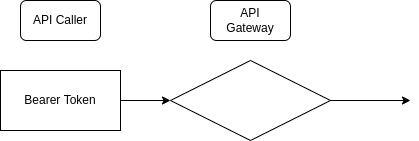
developer-onizuka/Diagrams keeps this draw.io diagram as Auth0.drawio.png. Above is the earlier version. Source tidied: cells renumbered, new cells last; positions are measured from the earlier drawing's top-left corner, leaving out a move shared by most shapes. The source it was exported from:
```xml
<mxGraphModel>
  <root>
    <mxCell id="0" />
    <mxCell id="1" parent="0" />
    <mxCell id="2" style="rounded=1;whiteSpace=wrap;html=1;" parent="1" vertex="1">
      <mxGeometry x="20" width="80" height="40" as="geometry" />
    </mxCell>
    <mxCell id="3" value="API Caller" style="text;html=1;strokeColor=none;fillColor=none;align=center;verticalAlign=middle;whiteSpace=wrap;rounded=0;" parent="1" vertex="1">
      <mxGeometry x="30" width="60" height="40" as="geometry" />
    </mxCell>
    <mxCell id="4" style="endArrow=classic;html=1;rounded=0;entryX=0;entryY=0.5;entryDx=0;entryDy=0;" parent="1" edge="1" target="5">
      <mxGeometry relative="1" as="geometry">
        <mxPoint x="120" y="100" as="sourcePoint" />
      </mxGeometry>
    </mxCell>
    <mxCell id="5" style="rhombus;whiteSpace=wrap;html=1;" parent="1" vertex="1">
      <mxGeometry x="170" y="60" width="160" height="80" as="geometry" />
    </mxCell>
    <mxCell id="6" style="endArrow=classic;html=1;rounded=0;exitX=1;exitY=0.5;exitDx=0;exitDy=0;" parent="1" edge="1" source="5">
      <mxGeometry relative="1" as="geometry">
        <mxPoint x="410" y="100" as="targetPoint" />
      </mxGeometry>
    </mxCell>
    <mxCell id="7" style="rounded=1;whiteSpace=wrap;html=1;" parent="1" vertex="1">
      <mxGeometry x="210" width="80" height="40" as="geometry" />
    </mxCell>
    <mxCell id="8" value="API Gateway" style="text;html=1;strokeColor=none;fillColor=none;align=center;verticalAlign=middle;whiteSpace=wrap;rounded=0;" parent="1" vertex="1">
      <mxGeometry x="220" width="60" height="40" as="geometry" />
    </mxCell>
    <mxCell id="9" style="rounded=0;whiteSpace=wrap;html=1;" parent="1" vertex="1">
      <mxGeometry y="70" width="120" height="60" as="geometry" />
    </mxCell>
    <mxCell id="10" value="Bearer Token" style="text;html=1;strokeColor=none;fillColor=none;align=center;verticalAlign=middle;whiteSpace=wrap;rounded=0;" parent="1" vertex="1">
      <mxGeometry x="20" y="80" width="80" height="40" as="geometry" />
    </mxCell>
  </root>
</mxGraphModel>
```
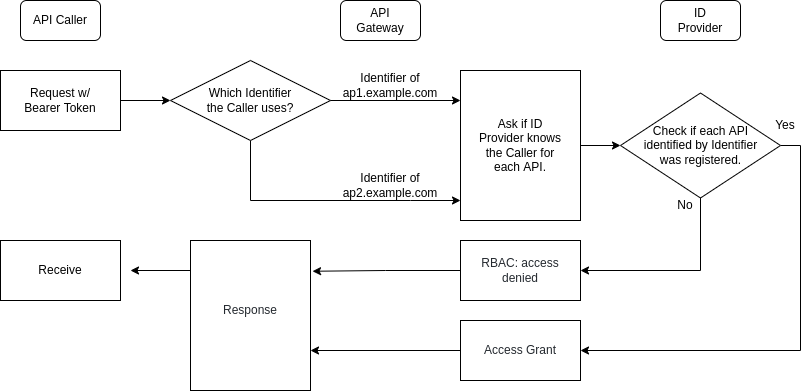
The same diagram one commit later.

Diff of the diagram source:
```diff
@@ -13,25 +13,116 @@
         <mxPoint x="120" y="100" as="sourcePoint" />
       </mxGeometry>
     </mxCell>
+    <mxCell id="11" style="edgeStyle=orthogonalEdgeStyle;rounded=0;jettySize=auto;html=1;" parent="1" edge="1" source="5">
+      <mxGeometry relative="1" as="geometry">
+        <mxPoint x="460" y="200" as="targetPoint" />
+        <Array as="points">
+          <mxPoint x="250" y="200" />
+          <mxPoint x="410" y="200" />
+        </Array>
+      </mxGeometry>
+    </mxCell>
     <mxCell id="5" style="rhombus;whiteSpace=wrap;html=1;" parent="1" vertex="1">
       <mxGeometry x="170" y="60" width="160" height="80" as="geometry" />
     </mxCell>
     <mxCell id="6" style="endArrow=classic;html=1;rounded=0;exitX=1;exitY=0.5;exitDx=0;exitDy=0;" parent="1" edge="1" source="5">
       <mxGeometry relative="1" as="geometry">
-        <mxPoint x="410" y="100" as="targetPoint" />
+        <mxPoint x="460" y="100" as="targetPoint" />
       </mxGeometry>
     </mxCell>
     <mxCell id="7" style="rounded=1;whiteSpace=wrap;html=1;" parent="1" vertex="1">
-      <mxGeometry x="210" width="80" height="40" as="geometry" />
+      <mxGeometry x="340" width="80" height="40" as="geometry" />
     </mxCell>
     <mxCell id="8" value="API Gateway" style="text;html=1;strokeColor=none;fillColor=none;align=center;verticalAlign=middle;whiteSpace=wrap;rounded=0;" parent="1" vertex="1">
-      <mxGeometry x="220" width="60" height="40" as="geometry" />
+      <mxGeometry x="350" width="60" height="40" as="geometry" />
     </mxCell>
     <mxCell id="9" style="rounded=0;whiteSpace=wrap;html=1;" parent="1" vertex="1">
       <mxGeometry y="70" width="120" height="60" as="geometry" />
     </mxCell>
-    <mxCell id="10" value="Bearer Token" style="text;html=1;strokeColor=none;fillColor=none;align=center;verticalAlign=middle;whiteSpace=wrap;rounded=0;" parent="1" vertex="1">
+    <mxCell id="10" value="Request w/&lt;br&gt;Bearer Token" style="text;html=1;strokeColor=none;fillColor=none;align=center;verticalAlign=middle;whiteSpace=wrap;rounded=0;" parent="1" vertex="1">
       <mxGeometry x="20" y="80" width="80" height="40" as="geometry" />
     </mxCell>
+    <mxCell id="12" value="Identifier of ap1.example.com" style="text;html=1;strokeColor=none;fillColor=none;align=center;verticalAlign=middle;whiteSpace=wrap;rounded=0;" parent="1" vertex="1">
+      <mxGeometry x="320" y="70" width="140" height="30" as="geometry" />
+    </mxCell>
+    <mxCell id="13" value="Which Identifier the Caller uses?" style="text;html=1;strokeColor=none;fillColor=none;align=center;verticalAlign=middle;whiteSpace=wrap;rounded=0;" parent="1" vertex="1">
+      <mxGeometry x="205" y="80" width="90" height="40" as="geometry" />
+    </mxCell>
+    <mxCell id="14" value="Identifier of ap2.example.com" style="text;html=1;strokeColor=none;fillColor=none;align=center;verticalAlign=middle;whiteSpace=wrap;rounded=0;" parent="1" vertex="1">
+      <mxGeometry x="320" y="170" width="140" height="30" as="geometry" />
+    </mxCell>
+    <mxCell id="15" style="rounded=0;whiteSpace=wrap;html=1;" parent="1" vertex="1">
+      <mxGeometry x="460" y="70" width="120" height="150" as="geometry" />
+    </mxCell>
+    <mxCell id="16" style="edgeStyle=orthogonalEdgeStyle;rounded=0;jettySize=auto;html=1;entryX=0;entryY=0.5;entryDx=0;entryDy=0;exitX=1;exitY=0.5;exitDx=0;exitDy=0;" parent="1" edge="1" source="15" target="22">
+      <mxGeometry relative="1" as="geometry" />
+    </mxCell>
+    <mxCell id="17" value="Ask if ID Provider knows the Caller for each API." style="text;html=1;strokeColor=none;fillColor=none;align=center;verticalAlign=middle;whiteSpace=wrap;rounded=0;" parent="1" vertex="1">
+      <mxGeometry x="475" y="100" width="90" height="90" as="geometry" />
+    </mxCell>
+    <mxCell id="18" style="rounded=1;whiteSpace=wrap;html=1;" parent="1" vertex="1">
+      <mxGeometry x="660" width="80" height="40" as="geometry" />
+    </mxCell>
+    <mxCell id="19" value="ID Provider" style="text;html=1;strokeColor=none;fillColor=none;align=center;verticalAlign=middle;whiteSpace=wrap;rounded=0;" parent="1" vertex="1">
+      <mxGeometry x="670" width="60" height="40" as="geometry" />
+    </mxCell>
+    <mxCell id="20" style="edgeStyle=orthogonalEdgeStyle;rounded=0;jettySize=auto;html=1;exitX=0.5;exitY=1;exitDx=0;exitDy=0;fontSize=12;entryX=1;entryY=0.5;entryDx=0;entryDy=0;" parent="1" edge="1" source="22" target="25">
+      <mxGeometry relative="1" as="geometry" />
+    </mxCell>
+    <mxCell id="21" style="edgeStyle=orthogonalEdgeStyle;rounded=0;jettySize=auto;html=1;exitX=1;exitY=0.5;exitDx=0;exitDy=0;fontSize=12;entryX=1;entryY=0.5;entryDx=0;entryDy=0;" parent="1" edge="1" source="22" target="34">
+      <mxGeometry relative="1" as="geometry" />
+    </mxCell>
+    <mxCell id="22" style="rhombus;whiteSpace=wrap;html=1;" parent="1" vertex="1">
+      <mxGeometry x="620" y="92.5" width="160" height="105" as="geometry" />
+    </mxCell>
+    <mxCell id="23" value="Check if each API identified by Identifier was registered." style="text;html=1;strokeColor=none;fillColor=none;align=center;verticalAlign=middle;whiteSpace=wrap;rounded=0;" parent="1" vertex="1">
+      <mxGeometry x="637.5" y="102.5" width="125" height="85" as="geometry" />
+    </mxCell>
+    <mxCell id="24" style="edgeStyle=orthogonalEdgeStyle;rounded=0;jettySize=auto;html=1;exitX=0;exitY=0.5;exitDx=0;exitDy=0;fontSize=12;entryX=1.017;entryY=0.205;entryDx=0;entryDy=0;entryPerimeter=0;" parent="1" edge="1" source="25" target="29">
+      <mxGeometry relative="1" as="geometry" />
+    </mxCell>
+    <mxCell id="25" style="rounded=0;whiteSpace=wrap;html=1;" parent="1" vertex="1">
+      <mxGeometry x="460" y="240" width="120" height="60" as="geometry" />
+    </mxCell>
+    <mxCell id="26" value="&lt;span style=&quot;color: rgb(36 , 41 , 47) ; text-align: left ; background-color: rgb(255 , 255 , 255)&quot;&gt;&lt;font style=&quot;font-size: 12px&quot;&gt;RBAC: access denied&lt;/font&gt;&lt;/span&gt;" style="text;html=1;strokeColor=none;fillColor=none;align=center;verticalAlign=middle;whiteSpace=wrap;rounded=0;" parent="1" vertex="1">
+      <mxGeometry x="480" y="250" width="80" height="40" as="geometry" />
+    </mxCell>
+    <mxCell id="27" value="No" style="text;html=1;strokeColor=none;fillColor=none;align=center;verticalAlign=middle;whiteSpace=wrap;rounded=0;" parent="1" vertex="1">
+      <mxGeometry x="670" y="190" width="30" height="30" as="geometry" />
+    </mxCell>
+    <mxCell id="28" style="edgeStyle=orthogonalEdgeStyle;rounded=0;jettySize=auto;html=1;exitX=0;exitY=0.5;exitDx=0;exitDy=0;fontSize=12;" parent="1" edge="1" source="29">
+      <mxGeometry relative="1" as="geometry">
+        <mxPoint x="130" y="270" as="targetPoint" />
+        <Array as="points">
+          <mxPoint x="190" y="270" />
+        </Array>
+      </mxGeometry>
+    </mxCell>
+    <mxCell id="29" style="rounded=0;whiteSpace=wrap;html=1;" parent="1" vertex="1">
+      <mxGeometry x="190" y="240" width="120" height="150" as="geometry" />
+    </mxCell>
+    <mxCell id="30" value="&lt;span style=&quot;color: rgb(36 , 41 , 47) ; text-align: left ; background-color: rgb(255 , 255 , 255)&quot;&gt;&lt;font style=&quot;font-size: 12px&quot;&gt;Response&lt;/font&gt;&lt;/span&gt;" style="text;html=1;strokeColor=none;fillColor=none;align=center;verticalAlign=middle;whiteSpace=wrap;rounded=0;" parent="1" vertex="1">
+      <mxGeometry x="210" y="290" width="80" height="40" as="geometry" />
+    </mxCell>
+    <mxCell id="31" style="rounded=0;whiteSpace=wrap;html=1;" parent="1" vertex="1">
+      <mxGeometry y="240" width="120" height="60" as="geometry" />
+    </mxCell>
+    <mxCell id="32" value="Receive" style="text;html=1;strokeColor=none;fillColor=none;align=center;verticalAlign=middle;whiteSpace=wrap;rounded=0;" parent="1" vertex="1">
+      <mxGeometry x="20" y="250" width="80" height="40" as="geometry" />
+    </mxCell>
+    <mxCell id="33" style="edgeStyle=orthogonalEdgeStyle;rounded=0;jettySize=auto;html=1;exitX=0;exitY=0.5;exitDx=0;exitDy=0;fontSize=12;" parent="1" edge="1" source="34">
+      <mxGeometry relative="1" as="geometry">
+        <mxPoint x="310" y="350" as="targetPoint" />
+      </mxGeometry>
+    </mxCell>
+    <mxCell id="34" style="rounded=0;whiteSpace=wrap;html=1;" parent="1" vertex="1">
+      <mxGeometry x="460" y="320" width="120" height="60" as="geometry" />
+    </mxCell>
+    <mxCell id="35" value="&lt;span style=&quot;color: rgb(36 , 41 , 47) ; text-align: left ; background-color: rgb(255 , 255 , 255)&quot;&gt;&lt;font style=&quot;font-size: 12px&quot;&gt;Access Grant&lt;/font&gt;&lt;/span&gt;" style="text;html=1;strokeColor=none;fillColor=none;align=center;verticalAlign=middle;whiteSpace=wrap;rounded=0;" parent="1" vertex="1">
+      <mxGeometry x="480" y="330" width="80" height="40" as="geometry" />
+    </mxCell>
+    <mxCell id="36" value="Yes" style="text;html=1;strokeColor=none;fillColor=none;align=center;verticalAlign=middle;whiteSpace=wrap;rounded=0;" parent="1" vertex="1">
+      <mxGeometry x="770" y="110" width="30" height="30" as="geometry" />
+    </mxCell>
   </root>
 </mxGraphModel>
```
